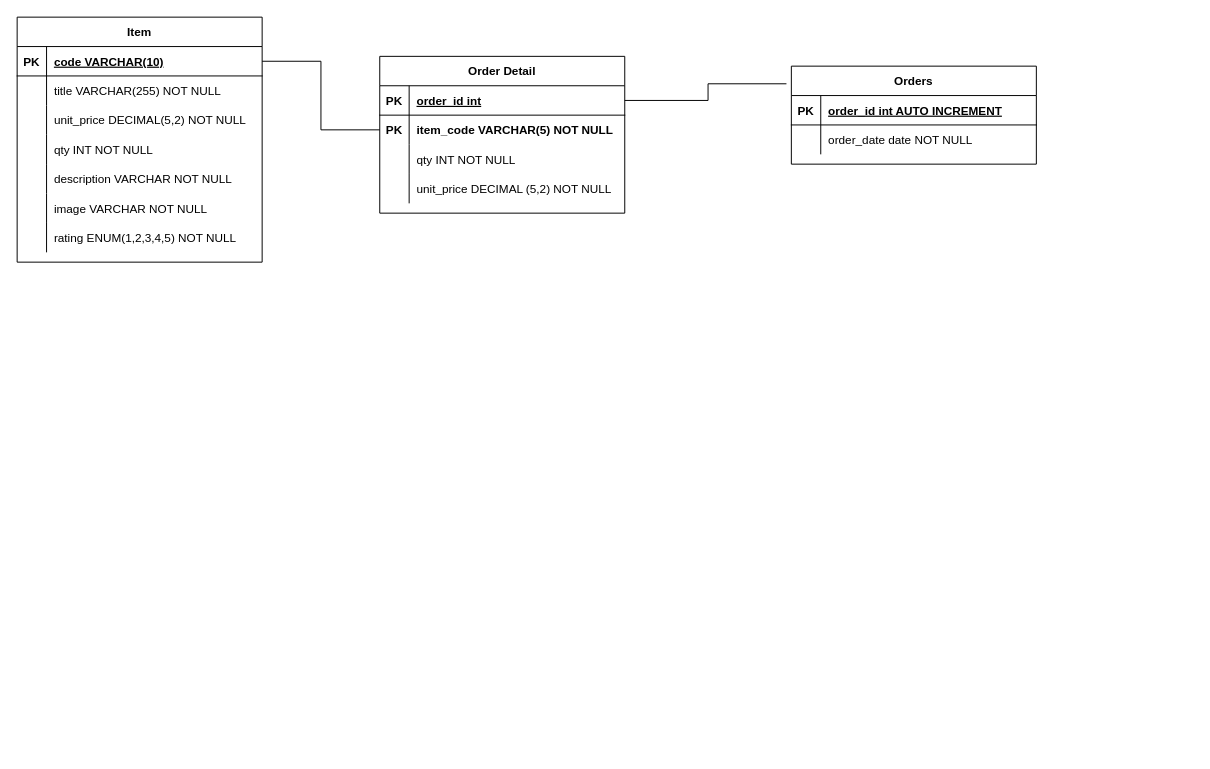
Direct-Entry-Program-7/amazon-clone-api keeps this draw.io diagram as amazon-clone-api-erd.drawio. Above is the earlier version. Source tidied: cells renumbered, new cells numbered last; positions are measured from the earlier drawing's top-left corner, leaving out a move shared by most shapes. Both pictures are drawn from the tidied source at 98%, with x=0, y=0 at pixel (17, 17).
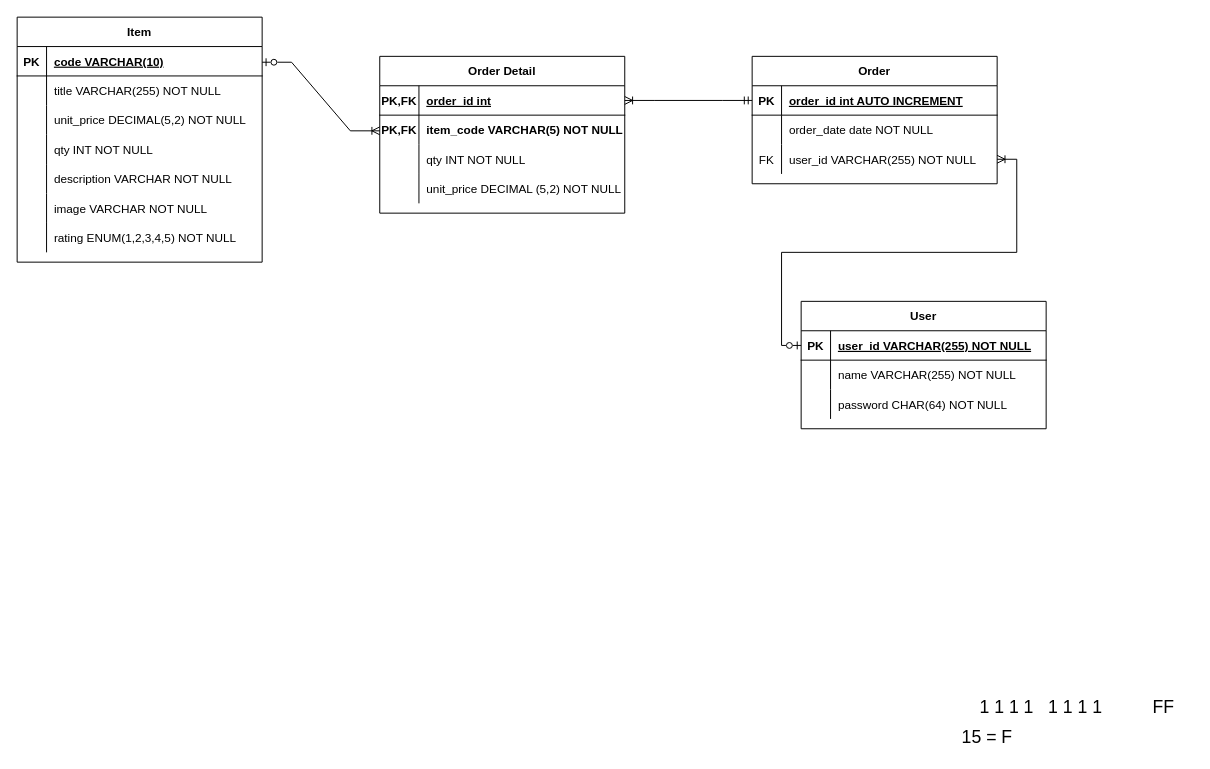
Above is the later version.

Unchanged cells that the change refers to:
```xml
<mxCell id="3" style="shape=partialRectangle;fillColor=none;points=[[0,0.5],[1,0.5]];portConstraint=eastwest;top=0;left=0;right=0;bottom=1;fontFamily=Ubuntu;" parent="2" vertex="1">
  <mxGeometry y="30" width="250" height="30" as="geometry" />
</mxCell>
<mxCell id="10" style="shape=partialRectangle;fillColor=none;points=[[0,0.5],[1,0.5]];portConstraint=eastwest;top=0;left=0;right=0;bottom=1;fontFamily=Ubuntu;" parent="9" vertex="1">
  <mxGeometry y="30" width="250" height="30" as="geometry" />
</mxCell>
<mxCell id="32" style="shape=partialRectangle;fillColor=none;points=[[0,0.5],[1,0.5]];portConstraint=eastwest;top=0;left=0;right=0;bottom=1;fontFamily=Ubuntu;" parent="31" vertex="1">
  <mxGeometry y="30" width="250" height="30" as="geometry" />
</mxCell>
<mxCell id="35" style="shape=partialRectangle;fillColor=none;points=[[0,0.5],[1,0.5]];portConstraint=eastwest;top=0;left=0;right=0;bottom=0;fontFamily=Ubuntu;" parent="31" vertex="1">
  <mxGeometry y="60" width="250" height="30" as="geometry" />
</mxCell>
<mxCell id="38" style="shape=partialRectangle;fillColor=none;top=0;left=0;right=0;bottom=0;fontFamily=Ubuntu;" parent="31" vertex="1">
  <mxGeometry y="90" width="250" height="30" as="geometry" />
</mxCell>
<mxCell id="41" style="shape=partialRectangle;fillColor=none;top=0;left=0;right=0;bottom=0;fontFamily=Ubuntu;" parent="31" vertex="1">
  <mxGeometry y="120" width="250" height="30" as="geometry" />
</mxCell>
```

Change to the diagram source:
```diff
@@
-    <mxCell id="2" value="Orders" style="shape=table;startSize=30;childLayout=tableLayout;rowLines=0;fontStyle=1;align=center;fontFamily=Ubuntu;" parent="1" vertex="1">
-      <mxGeometry x="790" y="50" width="250" height="100" as="geometry" />
+    <mxCell id="2" value="Order" style="shape=table;startSize=30;childLayout=tableLayout;rowLines=0;fontStyle=1;align=center;fontFamily=Ubuntu;" parent="1" vertex="1">
+      <mxGeometry x="750" y="40" width="250" height="130" as="geometry" />
     </mxCell>
@@
+    <mxCell id="46" style="shape=partialRectangle;fillColor=none;points=[[0,0.5],[1,0.5]];portConstraint=eastwest;top=0;left=0;right=0;bottom=0;fontFamily=Ubuntu;" parent="2" vertex="1">
+      <mxGeometry y="90" width="250" height="30" as="geometry" />
+    </mxCell>
+    <mxCell id="47" value="FK" style="shape=partialRectangle;overflow=hidden;fillColor=none;top=0;left=0;bottom=0;right=0;fontFamily=Ubuntu;" parent="46" vertex="1">
+      <mxGeometry width="30" height="30" as="geometry" />
+    </mxCell>
+    <mxCell id="48" value="user_id VARCHAR(255) NOT NULL" style="shape=partialRectangle;overflow=hidden;fillColor=none;top=0;left=0;bottom=0;right=0;align=left;spacingLeft=6;fontFamily=Ubuntu;" parent="46" vertex="1">
+      <mxGeometry x="30" width="220" height="30" as="geometry" />
+    </mxCell>
@@
-    <mxCell id="33" value="PK" style="shape=partialRectangle;overflow=hidden;fillColor=none;top=0;left=0;bottom=0;right=0;fontStyle=1;fontFamily=Ubuntu;" parent="32" vertex="1">
-      <mxGeometry width="30" height="30" as="geometry" />
+    <mxCell id="33" value="PK,FK" style="shape=partialRectangle;overflow=hidden;fillColor=none;top=0;left=0;bottom=0;right=0;fontStyle=1;fontFamily=Ubuntu;" parent="32" vertex="1">
+      <mxGeometry width="40" height="30" as="geometry" />
     </mxCell>
     <mxCell id="34" value="order_id int" style="shape=partialRectangle;overflow=hidden;fillColor=none;top=0;left=0;bottom=0;right=0;align=left;spacingLeft=6;fontStyle=5;fontFamily=Ubuntu;" parent="32" vertex="1">
-      <mxGeometry x="30" width="220" height="30" as="geometry" />
+      <mxGeometry x="40" width="210" height="30" as="geometry" />
     </mxCell>
@@
-    <mxCell id="36" value="PK" style="shape=partialRectangle;overflow=hidden;fillColor=none;top=0;left=0;bottom=0;right=0;fontStyle=1;fontFamily=Ubuntu;" parent="35" vertex="1">
-      <mxGeometry width="30" height="30" as="geometry" />
+    <mxCell id="36" value="PK,FK" style="shape=partialRectangle;overflow=hidden;fillColor=none;top=0;left=0;bottom=0;right=0;fontStyle=1;fontFamily=Ubuntu;" parent="35" vertex="1">
+      <mxGeometry width="40" height="30" as="geometry" />
     </mxCell>
     <mxCell id="37" value="item_code VARCHAR(5) NOT NULL" style="shape=partialRectangle;overflow=hidden;fillColor=none;top=0;left=0;bottom=0;right=0;align=left;spacingLeft=6;fontStyle=1;fontFamily=Ubuntu;" parent="35" vertex="1">
-      <mxGeometry x="30" width="220" height="30" as="geometry" />
+      <mxGeometry x="40" width="210" height="30" as="geometry" />
     </mxCell>
@@
     <mxCell id="39" style="shape=partialRectangle;overflow=hidden;fillColor=none;top=0;left=0;bottom=0;right=0;fontStyle=1;fontFamily=Ubuntu;" parent="38" vertex="1">
-      <mxGeometry width="30" height="30" as="geometry" />
+      <mxGeometry width="40" height="30" as="geometry" />
     </mxCell>
     <mxCell id="40" value="qty INT NOT NULL" style="shape=partialRectangle;overflow=hidden;fillColor=none;top=0;left=0;bottom=0;right=0;align=left;spacingLeft=6;fontStyle=0;fontFamily=Ubuntu;" parent="38" vertex="1">
-      <mxGeometry x="30" width="220" height="30" as="geometry" />
+      <mxGeometry x="40" width="210" height="30" as="geometry" />
     </mxCell>
@@
     <mxCell id="42" style="shape=partialRectangle;overflow=hidden;fillColor=none;top=0;left=0;bottom=0;right=0;fontStyle=1;fontFamily=Ubuntu;" parent="41" vertex="1">
-      <mxGeometry width="30" height="30" as="geometry" />
+      <mxGeometry width="40" height="30" as="geometry" />
     </mxCell>
     <mxCell id="43" value="unit_price DECIMAL (5,2) NOT NULL" style="shape=partialRectangle;overflow=hidden;fillColor=none;top=0;left=0;bottom=0;right=0;align=left;spacingLeft=6;fontStyle=0;fontFamily=Ubuntu;" parent="41" vertex="1">
-      <mxGeometry x="30" width="220" height="30" as="geometry" />
+      <mxGeometry x="40" width="210" height="30" as="geometry" />
     </mxCell>
-    <mxCell id="44" style="edgeStyle=orthogonalEdgeStyle;rounded=0;jettySize=auto;html=1;entryX=0;entryY=0.5;entryDx=0;entryDy=0;endArrow=none;endFill=0;fontFamily=Ubuntu;" parent="1" edge="1" source="10" target="35">
-      <mxGeometry relative="1" as="geometry" />
-    </mxCell>
-    <mxCell id="45" style="edgeStyle=orthogonalEdgeStyle;rounded=0;jettySize=auto;html=1;entryX=-0.02;entryY=0.18;entryDx=0;entryDy=0;entryPerimeter=0;endArrow=none;endFill=0;fontFamily=Ubuntu;" parent="1" edge="1" source="32" target="2">
-      <mxGeometry relative="1" as="geometry" />
-    </mxCell>
+    <mxCell id="49" style="edgeStyle=entityRelationEdgeStyle;fontSize=12;html=1;endArrow=ERoneToMany;startArrow=ERmandOne;rounded=0;exitX=0;exitY=0.5;exitDx=0;exitDy=0;" parent="1" edge="1" source="3" target="32">
+      <mxGeometry relative="1" as="geometry" />
+    </mxCell>
+    <mxCell id="50" style="edgeStyle=entityRelationEdgeStyle;fontSize=12;html=1;endArrow=ERoneToMany;startArrow=ERzeroToOne;rounded=0;exitX=1;exitY=0.5;exitDx=0;exitDy=0;startFill=0;endFill=0;" parent="1" edge="1">
+      <mxGeometry relative="1" as="geometry">
+        <mxPoint x="250" y="46" as="sourcePoint" />
+        <mxPoint x="370" y="116" as="targetPoint" />
+      </mxGeometry>
+    </mxCell>
+    <mxCell id="51" value="User" style="shape=table;startSize=30;childLayout=tableLayout;rowLines=0;fontStyle=1;align=center;fontFamily=Ubuntu;" parent="1" vertex="1">
+      <mxGeometry x="800" y="290" width="250" height="130" as="geometry" />
+    </mxCell>
+    <mxCell id="52" style="shape=partialRectangle;fillColor=none;points=[[0,0.5],[1,0.5]];portConstraint=eastwest;top=0;left=0;right=0;bottom=1;fontFamily=Ubuntu;" parent="51" vertex="1">
+      <mxGeometry y="30" width="250" height="30" as="geometry" />
+    </mxCell>
+    <mxCell id="53" value="PK" style="shape=partialRectangle;overflow=hidden;fillColor=none;top=0;left=0;bottom=0;right=0;fontStyle=1;fontFamily=Ubuntu;" parent="52" vertex="1">
+      <mxGeometry width="30" height="30" as="geometry" />
+    </mxCell>
+    <mxCell id="54" value="user_id VARCHAR(255) NOT NULL" style="shape=partialRectangle;overflow=hidden;fillColor=none;top=0;left=0;bottom=0;right=0;align=left;spacingLeft=6;fontStyle=5;fontFamily=Ubuntu;" parent="52" vertex="1">
+      <mxGeometry x="30" width="220" height="30" as="geometry" />
+    </mxCell>
+    <mxCell id="55" style="shape=partialRectangle;fillColor=none;top=0;left=0;right=0;bottom=0;fontFamily=Ubuntu;" parent="51" vertex="1">
+      <mxGeometry y="60" width="250" height="30" as="geometry" />
+    </mxCell>
+    <mxCell id="56" style="shape=partialRectangle;overflow=hidden;fillColor=none;top=0;left=0;bottom=0;right=0;fontFamily=Ubuntu;" parent="55" vertex="1">
+      <mxGeometry width="30" height="30" as="geometry" />
+    </mxCell>
+    <mxCell id="57" value="name VARCHAR(255) NOT NULL" style="shape=partialRectangle;overflow=hidden;fillColor=none;top=0;left=0;bottom=0;right=0;align=left;spacingLeft=6;fontFamily=Ubuntu;" parent="55" vertex="1">
+      <mxGeometry x="30" width="220" height="30" as="geometry" />
+    </mxCell>
+    <mxCell id="58" style="shape=partialRectangle;fillColor=none;top=0;left=0;right=0;bottom=0;fontFamily=Ubuntu;" parent="51" vertex="1">
+      <mxGeometry y="90" width="250" height="30" as="geometry" />
+    </mxCell>
+    <mxCell id="59" style="shape=partialRectangle;overflow=hidden;fillColor=none;top=0;left=0;bottom=0;right=0;fontFamily=Ubuntu;" parent="58" vertex="1">
+      <mxGeometry width="30" height="30" as="geometry" />
+    </mxCell>
+    <mxCell id="60" value="password CHAR(64) NOT NULL" style="shape=partialRectangle;overflow=hidden;fillColor=none;top=0;left=0;bottom=0;right=0;align=left;spacingLeft=6;fontFamily=Ubuntu;" parent="58" vertex="1">
+      <mxGeometry x="30" width="220" height="30" as="geometry" />
+    </mxCell>
+    <mxCell id="61" style="edgeStyle=orthogonalEdgeStyle;rounded=0;jettySize=auto;html=1;exitX=0;exitY=0.5;exitDx=0;exitDy=0;startArrow=ERzeroToOne;startFill=0;endArrow=ERoneToMany;endFill=0;" parent="1" edge="1" source="52" target="46">
+      <mxGeometry relative="1" as="geometry" />
+    </mxCell>
+    <mxCell id="62" value="15 = F" style="text;html=1;strokeColor=none;fillColor=none;align=center;verticalAlign=middle;whiteSpace=wrap;rounded=0;fontSize=18;" parent="1" vertex="1">
+      <mxGeometry x="960" y="720" width="60" height="30" as="geometry" />
+    </mxCell>
+    <mxCell id="63" value="1 1 1 1" style="text;html=1;strokeColor=none;fillColor=none;align=center;verticalAlign=middle;whiteSpace=wrap;rounded=0;fontSize=18;" parent="1" vertex="1">
+      <mxGeometry x="980" y="690" width="60" height="30" as="geometry" />
+    </mxCell>
+    <mxCell id="64" value="1 1 1 1" style="text;html=1;strokeColor=none;fillColor=none;align=center;verticalAlign=middle;whiteSpace=wrap;rounded=0;fontSize=18;" parent="1" vertex="1">
+      <mxGeometry x="1050" y="690" width="60" height="30" as="geometry" />
+    </mxCell>
+    <mxCell id="65" value="FF" style="text;html=1;strokeColor=none;fillColor=none;align=center;verticalAlign=middle;whiteSpace=wrap;rounded=0;fontSize=18;" parent="1" vertex="1">
+      <mxGeometry x="1140" y="690" width="60" height="30" as="geometry" />
+    </mxCell>
```
